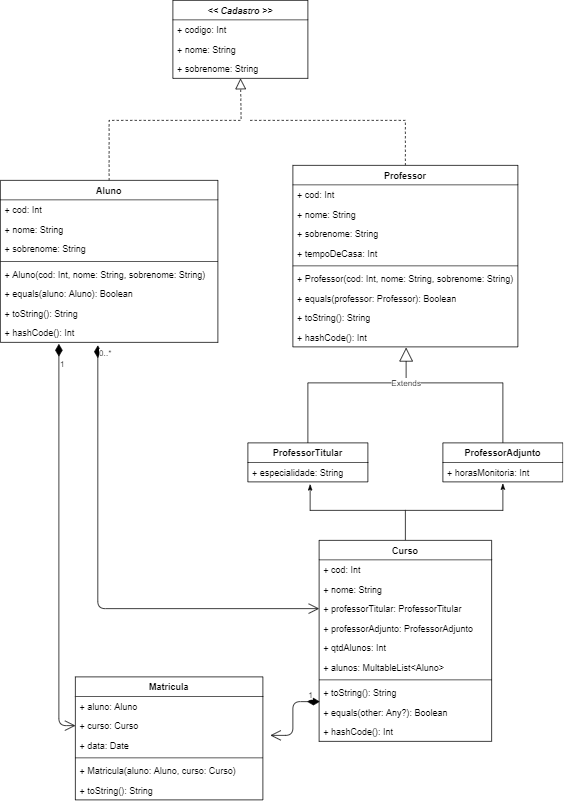
btmluiz/digitalhouse-desafio-kotlin keeps this draw.io diagram as UML.png. Above is the earlier version. Source tidied: cells renumbered, new cells last; positions are measured from the earlier drawing's top-left corner, leaving out a move shared by most shapes.
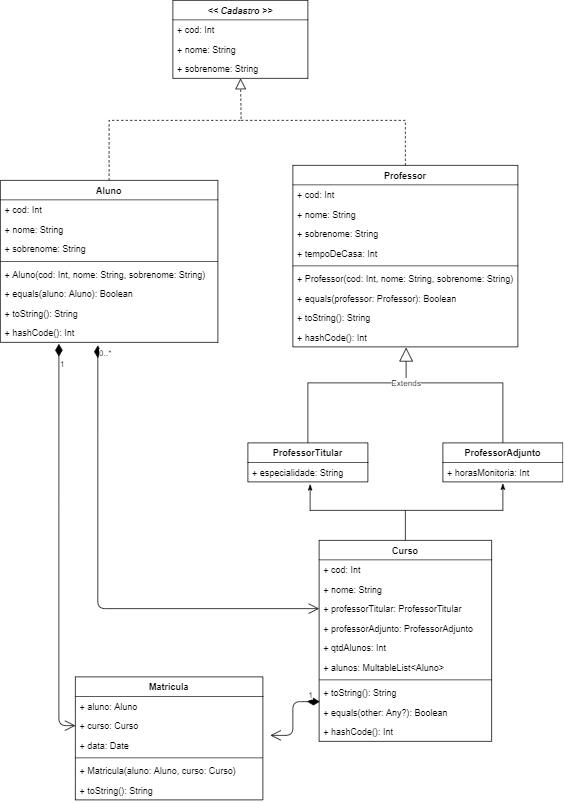
After the change.

Change to the diagram source:
```diff
@@ -12,7 +12,7 @@
     </mxCell>
     <mxCell id="3" style="endArrow=none;dashed=1;endFill=0;endSize=12;html=1;exitX=0.5;exitY=0;exitDx=0;exitDy=0;rounded=0;" parent="1" edge="1" source="14">
       <mxGeometry relative="1" as="geometry">
-        <mxPoint x="330" y="160" as="targetPoint" />
+        <mxPoint x="320" y="160" as="targetPoint" />
         <Array as="points">
           <mxPoint x="540" y="160" />
         </Array>
@@ -110,7 +110,7 @@
     <mxCell id="24" value="&lt;&lt; Cadastro &gt;&gt;" style="swimlane;fontStyle=3;align=center;verticalAlign=top;horizontal=1;startSize=26;" parent="1" vertex="1">
       <mxGeometry x="230" width="180" height="104" as="geometry" />
     </mxCell>
-    <mxCell id="25" value="+ codigo: Int" style="text;strokeColor=none;fillColor=none;align=left;verticalAlign=top;spacingLeft=4;spacingRight=4;overflow=hidden;" parent="24" vertex="1">
+    <mxCell id="25" value="+ cod: Int" style="text;strokeColor=none;fillColor=none;align=left;verticalAlign=top;spacingLeft=4;spacingRight=4;overflow=hidden;" parent="24" vertex="1">
       <mxGeometry y="26" width="180" height="26" as="geometry" />
     </mxCell>
     <mxCell id="26" value="+ nome: String" style="text;strokeColor=none;fillColor=none;align=left;verticalAlign=top;spacingLeft=4;spacingRight=4;overflow=hidden;" parent="24" vertex="1">
```
